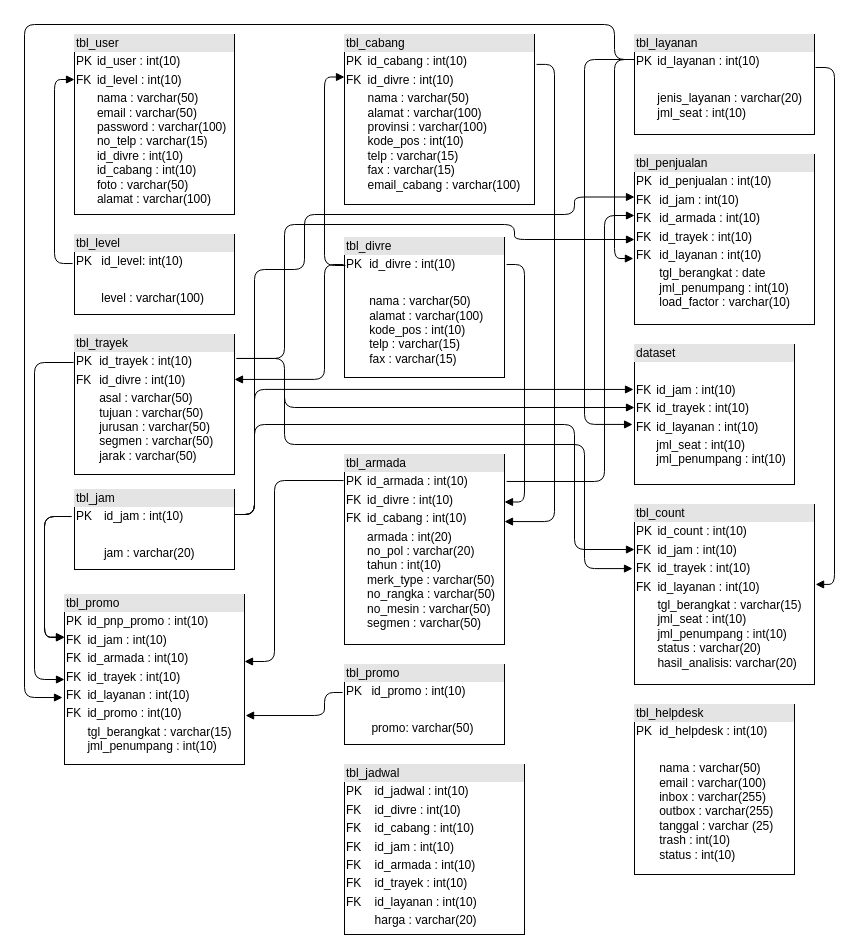
ermaerman/testing keeps this draw.io diagram as assets/Untitled Diagram.drawio. Above is the earlier version. Source tidied: cells renumbered, new cells numbered last; positions are measured from the earlier drawing's top-left corner, leaving out a move shared by most shapes. Both pictures are drawn from the tidied source at 100%, with x=0, y=0 at pixel (24, 24).
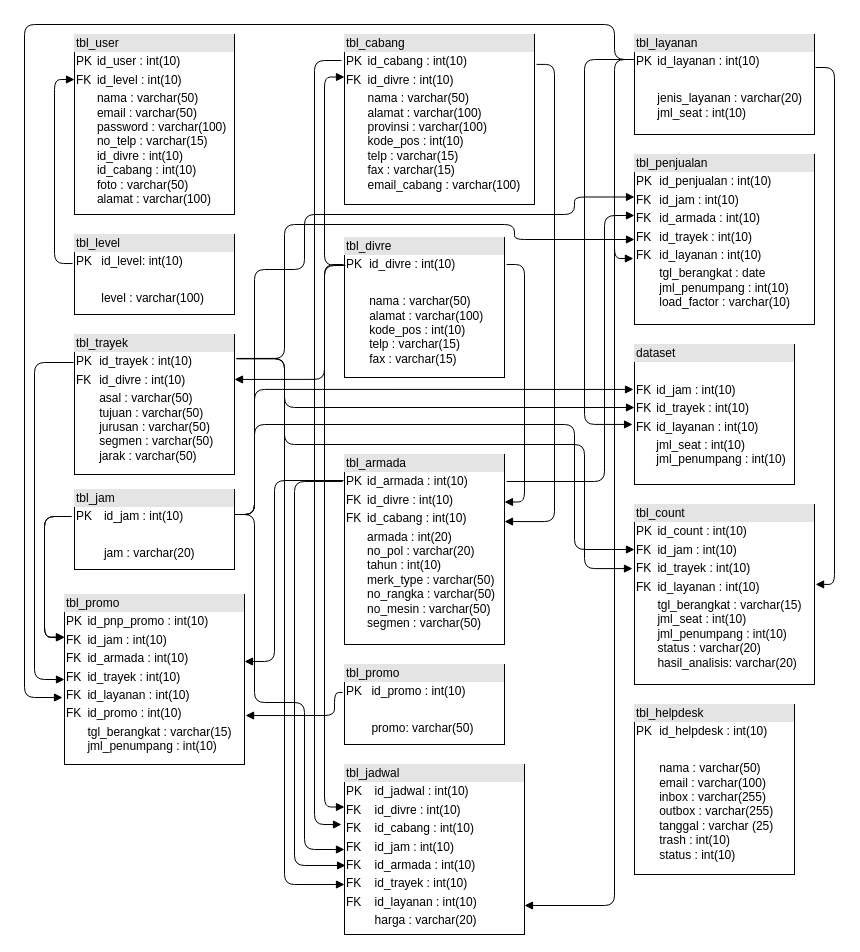
Above is the later version.

Commit message:
Update Untitled Diagram ok.drawio

The change refers to these unchanged cells:
```xml
<mxCell id="4" value="&lt;div style=&quot;box-sizing: border-box ; width: 100% ; background: #e4e4e4 ; padding: 2px&quot;&gt;tbl_cabang&lt;/div&gt;&lt;table style=&quot;width: 100% ; font-size: 1em&quot; cellspacing=&quot;0&quot; cellpadding=&quot;2&quot;&gt;&lt;tbody&gt;&lt;tr&gt;&lt;td&gt;PK&lt;/td&gt;&lt;td&gt;id_cabang : int(10)&lt;br&gt;&lt;/td&gt;&lt;/tr&gt;&lt;tr&gt;&lt;td&gt;FK&lt;br&gt;&lt;/td&gt;&lt;td&gt;id_divre : int(10)&lt;br&gt;&lt;/td&gt;&lt;/tr&gt;&lt;tr&gt;&lt;td&gt;&lt;br&gt;&lt;/td&gt;&lt;td&gt;nama : varchar(50)&lt;br&gt;alamat : varchar(100)&lt;br&gt;provinsi : varchar(100)&lt;br&gt;kode_pos : int(10)&lt;br&gt;telp : varchar(15)&lt;br&gt;fax : varchar(15)&lt;br&gt;email_cabang : varchar(100)&lt;br&gt;&lt;br&gt;&lt;br&gt;&lt;/td&gt;&lt;/tr&gt;&lt;/tbody&gt;&lt;/table&gt;" style="verticalAlign=top;align=left;overflow=fill;html=1;" parent="1" vertex="1">
  <mxGeometry x="320" y="10" width="190" height="170" as="geometry" />
</mxCell>
<mxCell id="5" value="&lt;div style=&quot;box-sizing: border-box ; width: 100% ; background: #e4e4e4 ; padding: 2px&quot;&gt;tbl_divre&lt;/div&gt;&lt;table style=&quot;width: 100% ; font-size: 1em&quot; cellspacing=&quot;0&quot; cellpadding=&quot;2&quot;&gt;&lt;tbody&gt;&lt;tr&gt;&lt;td&gt;PK&lt;/td&gt;&lt;td&gt;id_divre : int(10)&lt;br&gt;&lt;/td&gt;&lt;/tr&gt;&lt;tr&gt;&lt;td&gt;&lt;br&gt;&lt;/td&gt;&lt;td&gt;&lt;br&gt;&lt;/td&gt;&lt;/tr&gt;&lt;tr&gt;&lt;td&gt;&lt;br&gt;&lt;/td&gt;&lt;td&gt;nama : varchar(50)&lt;br&gt;alamat : varchar(100)&lt;br&gt;kode_pos : int(10)&lt;br&gt;telp : varchar(15)&lt;br&gt;fax : varchar(15)&lt;br&gt;&lt;br&gt;&lt;br&gt;&lt;/td&gt;&lt;/tr&gt;&lt;/tbody&gt;&lt;/table&gt;" style="verticalAlign=top;align=left;overflow=fill;html=1;" parent="1" vertex="1">
  <mxGeometry x="320" y="213" width="160" height="140" as="geometry" />
</mxCell>
<mxCell id="6" value="&lt;div style=&quot;box-sizing: border-box ; width: 100% ; background: #e4e4e4 ; padding: 2px&quot;&gt;tbl_trayek&lt;/div&gt;&lt;table style=&quot;width: 100% ; font-size: 1em&quot; cellspacing=&quot;0&quot; cellpadding=&quot;2&quot;&gt;&lt;tbody&gt;&lt;tr&gt;&lt;td&gt;PK&lt;/td&gt;&lt;td&gt;id_trayek : int(10)&lt;br&gt;&lt;/td&gt;&lt;/tr&gt;&lt;tr&gt;&lt;td&gt;FK&lt;br&gt;&lt;/td&gt;&lt;td&gt;id_divre : int(10)&lt;br&gt;&lt;/td&gt;&lt;/tr&gt;&lt;tr&gt;&lt;td&gt;&lt;br&gt;&lt;/td&gt;&lt;td&gt;asal : varchar(50)&lt;br&gt;tujuan : varchar(50)&lt;br&gt;jurusan : varchar(50)&lt;br&gt;segmen : varchar(50)&lt;br&gt;jarak : varchar(50)&lt;/td&gt;&lt;/tr&gt;&lt;/tbody&gt;&lt;/table&gt;" style="verticalAlign=top;align=left;overflow=fill;html=1;" parent="1" vertex="1">
  <mxGeometry x="50" y="310" width="160" height="140" as="geometry" />
</mxCell>
<mxCell id="7" value="&lt;div style=&quot;box-sizing: border-box ; width: 100% ; background: #e4e4e4 ; padding: 2px&quot;&gt;tbl_armada&lt;/div&gt;&lt;table style=&quot;width: 100% ; font-size: 1em&quot; cellspacing=&quot;0&quot; cellpadding=&quot;2&quot;&gt;&lt;tbody&gt;&lt;tr&gt;&lt;td&gt;PK&lt;/td&gt;&lt;td&gt;id_armada : int(10)&lt;br&gt;&lt;/td&gt;&lt;/tr&gt;&lt;tr&gt;&lt;td&gt;FK&lt;br&gt;&lt;/td&gt;&lt;td&gt;id_divre : int(10)&lt;br&gt;&lt;/td&gt;&lt;/tr&gt;&lt;tr&gt;&lt;td&gt;FK&lt;br&gt;&lt;/td&gt;&lt;td&gt;id_cabang : int(10)&lt;br&gt;&lt;/td&gt;&lt;/tr&gt;&lt;tr&gt;&lt;td&gt;&lt;br&gt;&lt;/td&gt;&lt;td&gt;armada : int(20)&lt;br&gt;no_pol : varchar(20)&lt;br&gt;tahun : int(10)&lt;br&gt;merk_type : varchar(50)&lt;br&gt;no_rangka : varchar(50)&lt;br&gt;no_mesin : varchar(50)&lt;br&gt;segmen : varchar(50)&lt;br&gt;&lt;br&gt;&lt;/td&gt;&lt;/tr&gt;&lt;/tbody&gt;&lt;/table&gt;" style="verticalAlign=top;align=left;overflow=fill;html=1;" parent="1" vertex="1">
  <mxGeometry x="320" y="430" width="160" height="190" as="geometry" />
</mxCell>
<mxCell id="11" value="&lt;div style=&quot;box-sizing: border-box ; width: 100% ; background: #e4e4e4 ; padding: 2px&quot;&gt;tbl_count&lt;/div&gt;&lt;table style=&quot;width: 100% ; font-size: 1em&quot; cellspacing=&quot;0&quot; cellpadding=&quot;2&quot;&gt;&lt;tbody&gt;&lt;tr&gt;&lt;td&gt;PK&lt;/td&gt;&lt;td&gt;id_count : int(10)&lt;br&gt;&lt;/td&gt;&lt;/tr&gt;&lt;tr&gt;&lt;td&gt;FK&lt;br&gt;&lt;/td&gt;&lt;td&gt;id_jam : int(10)&lt;br&gt;&lt;/td&gt;&lt;/tr&gt;&lt;tr&gt;&lt;td&gt;FK&lt;br&gt;&lt;/td&gt;&lt;td&gt;id_trayek : int(10)&lt;br&gt;&lt;/td&gt;&lt;/tr&gt;&lt;tr&gt;&lt;td&gt;FK&lt;br&gt;&lt;/td&gt;&lt;td&gt;id_layanan : int(10)&lt;br&gt;&lt;/td&gt;&lt;/tr&gt;&lt;tr&gt;&lt;td&gt;&lt;br&gt;&lt;/td&gt;&lt;td&gt;tgl_berangkat : varchar(15)&lt;br&gt;jml_seat : int(10)&lt;br&gt;jml_penumpang : int(10)&lt;br&gt;status : varchar(20)&lt;br&gt;hasil_analisis: varchar(20)&lt;br&gt;&lt;br&gt;&lt;br&gt;&lt;/td&gt;&lt;/tr&gt;&lt;/tbody&gt;&lt;/table&gt;" style="verticalAlign=top;align=left;overflow=fill;html=1;" parent="1" vertex="1">
  <mxGeometry x="610" y="480" width="180" height="180" as="geometry" />
</mxCell>
<mxCell id="12" value="&lt;div style=&quot;box-sizing: border-box ; width: 100% ; background: #e4e4e4 ; padding: 2px&quot;&gt;tbl_jam&lt;/div&gt;&lt;table style=&quot;width: 100% ; font-size: 1em&quot; cellspacing=&quot;0&quot; cellpadding=&quot;2&quot;&gt;&lt;tbody&gt;&lt;tr&gt;&lt;td&gt;PK&lt;/td&gt;&lt;td&gt;id_jam : int(10)&lt;br&gt;&lt;/td&gt;&lt;/tr&gt;&lt;tr&gt;&lt;td&gt;&lt;br&gt;&lt;/td&gt;&lt;td&gt;&lt;br&gt;&lt;/td&gt;&lt;/tr&gt;&lt;tr&gt;&lt;td&gt;&lt;br&gt;&lt;/td&gt;&lt;td&gt;jam : varchar(20)&lt;br&gt;&lt;br&gt;&lt;br&gt;&lt;/td&gt;&lt;/tr&gt;&lt;/tbody&gt;&lt;/table&gt;" style="verticalAlign=top;align=left;overflow=fill;html=1;" parent="1" vertex="1">
  <mxGeometry x="50" y="465" width="160" height="80" as="geometry" />
</mxCell>
<mxCell id="13" value="&lt;div style=&quot;box-sizing: border-box ; width: 100% ; background: #e4e4e4 ; padding: 2px&quot;&gt;tbl_promo&lt;/div&gt;&lt;table style=&quot;width: 100% ; font-size: 1em&quot; cellspacing=&quot;0&quot; cellpadding=&quot;2&quot;&gt;&lt;tbody&gt;&lt;tr&gt;&lt;td&gt;PK&lt;/td&gt;&lt;td&gt;id_pnp_promo : int(10)&lt;br&gt;&lt;/td&gt;&lt;/tr&gt;&lt;tr&gt;&lt;td&gt;FK&lt;br&gt;&lt;/td&gt;&lt;td&gt;id_jam : int(10)&lt;br&gt;&lt;/td&gt;&lt;/tr&gt;&lt;tr&gt;&lt;td&gt;FK&lt;br&gt;&lt;/td&gt;&lt;td&gt;id_armada : int(10)&lt;br&gt;&lt;/td&gt;&lt;/tr&gt;&lt;tr&gt;&lt;td&gt;FK&lt;br&gt;&lt;/td&gt;&lt;td&gt;id_trayek : int(10)&lt;br&gt;&lt;/td&gt;&lt;/tr&gt;&lt;tr&gt;&lt;td&gt;FK&lt;br&gt;&lt;/td&gt;&lt;td&gt;id_layanan : int(10)&lt;br&gt;&lt;/td&gt;&lt;/tr&gt;&lt;tr&gt;&lt;td&gt;FK&lt;br&gt;&lt;/td&gt;&lt;td&gt;id_promo : int(10)&lt;br&gt;&lt;/td&gt;&lt;/tr&gt;&lt;tr&gt;&lt;td&gt;&lt;br&gt;&lt;/td&gt;&lt;td&gt;tgl_berangkat : varchar(15)&lt;br&gt;jml_penumpang : int(10)&lt;br&gt;&lt;br&gt;&lt;br&gt;&lt;/td&gt;&lt;/tr&gt;&lt;/tbody&gt;&lt;/table&gt;" style="verticalAlign=top;align=left;overflow=fill;html=1;" parent="1" vertex="1">
  <mxGeometry x="40" y="570" width="180" height="170" as="geometry" />
</mxCell>
<mxCell id="14" value="&lt;div style=&quot;box-sizing: border-box ; width: 100% ; background: #e4e4e4 ; padding: 2px&quot;&gt;tbl_promo&lt;/div&gt;&lt;table style=&quot;width: 100% ; font-size: 1em&quot; cellspacing=&quot;0&quot; cellpadding=&quot;2&quot;&gt;&lt;tbody&gt;&lt;tr&gt;&lt;td&gt;PK&lt;/td&gt;&lt;td&gt;id_promo : int(10)&lt;br&gt;&lt;/td&gt;&lt;/tr&gt;&lt;tr&gt;&lt;td&gt;&lt;br&gt;&lt;/td&gt;&lt;td&gt;&lt;br&gt;&lt;/td&gt;&lt;/tr&gt;&lt;tr&gt;&lt;td&gt;&lt;br&gt;&lt;/td&gt;&lt;td&gt;promo: varchar(50)&lt;br&gt;&lt;br&gt;&lt;br&gt;&lt;/td&gt;&lt;/tr&gt;&lt;/tbody&gt;&lt;/table&gt;" style="verticalAlign=top;align=left;overflow=fill;html=1;" parent="1" vertex="1">
  <mxGeometry x="320" y="640" width="160" height="80" as="geometry" />
</mxCell>
<mxCell id="15" value="&lt;div style=&quot;box-sizing: border-box ; width: 100% ; background: #e4e4e4 ; padding: 2px&quot;&gt;tbl_jadwal&lt;/div&gt;&lt;table style=&quot;width: 100% ; font-size: 1em&quot; cellspacing=&quot;0&quot; cellpadding=&quot;2&quot;&gt;&lt;tbody&gt;&lt;tr&gt;&lt;td&gt;PK&lt;/td&gt;&lt;td&gt;id_jadwal : int(10)&lt;br&gt;&lt;/td&gt;&lt;/tr&gt;&lt;tr&gt;&lt;td&gt;FK&lt;br&gt;&lt;/td&gt;&lt;td&gt;id_divre : int(10)&lt;br&gt;&lt;/td&gt;&lt;/tr&gt;&lt;tr&gt;&lt;td&gt;FK&lt;br&gt;&lt;/td&gt;&lt;td&gt;id_cabang : int(10)&lt;br&gt;&lt;/td&gt;&lt;/tr&gt;&lt;tr&gt;&lt;td&gt;FK&lt;br&gt;&lt;/td&gt;&lt;td&gt;id_jam : int(10)&lt;br&gt;&lt;/td&gt;&lt;/tr&gt;&lt;tr&gt;&lt;td&gt;FK&lt;br&gt;&lt;/td&gt;&lt;td&gt;id_armada : int(10)&lt;br&gt;&lt;/td&gt;&lt;/tr&gt;&lt;tr&gt;&lt;td&gt;FK&lt;br&gt;&lt;/td&gt;&lt;td&gt;id_trayek : int(10)&lt;br&gt;&lt;/td&gt;&lt;/tr&gt;&lt;tr&gt;&lt;td&gt;FK&lt;br&gt;&lt;/td&gt;&lt;td&gt;id_layanan : int(10)&lt;br&gt;&lt;/td&gt;&lt;/tr&gt;&lt;tr&gt;&lt;td&gt;&lt;br&gt;&lt;/td&gt;&lt;td&gt;harga : varchar(20)&lt;br&gt;&lt;br&gt;&lt;br&gt;&lt;br&gt;&lt;/td&gt;&lt;/tr&gt;&lt;/tbody&gt;&lt;/table&gt;" style="verticalAlign=top;align=left;overflow=fill;html=1;" parent="1" vertex="1">
  <mxGeometry x="320" y="740" width="180" height="170" as="geometry" />
</mxCell>
```

What changed in the source:
```diff
@@
     <mxCell id="37" style="endArrow=block;endFill=1;html=1;edgeStyle=orthogonalEdgeStyle;align=left;verticalAlign=top;entryX=0;entryY=0.25;entryDx=0;entryDy=0;" parent="1" edge="1" target="11">
       <mxGeometry x="-1" relative="1" as="geometry">
         <mxPoint x="210" y="490" as="sourcePoint" />
         <Array as="points">
+          <mxPoint x="210" y="490" />
           <mxPoint x="230" y="490" />
           <mxPoint x="230" y="400" />
           <mxPoint x="550" y="400" />
           <mxPoint x="550" y="525" />
         </Array>
       </mxGeometry>
     </mxCell>
@@
     <mxCell id="57" style="endArrow=block;endFill=1;html=1;edgeStyle=orthogonalEdgeStyle;align=left;verticalAlign=top;entryX=1.006;entryY=0.712;entryDx=0;entryDy=0;exitX=-0.012;exitY=0.35;exitDx=0;exitDy=0;exitPerimeter=0;entryPerimeter=0;" parent="1" edge="1" source="14" target="13">
       <mxGeometry x="-1" relative="1" as="geometry">
         <Array as="points">
-          <mxPoint x="300" y="668" />
-          <mxPoint x="300" y="691" />
+          <mxPoint x="310" y="668" />
+          <mxPoint x="310" y="691" />
         </Array>
       </mxGeometry>
     </mxCell>
@@
+    <mxCell id="59" style="endArrow=block;endFill=1;html=1;edgeStyle=orthogonalEdgeStyle;align=left;verticalAlign=top;entryX=0;entryY=0.25;entryDx=0;entryDy=0;exitX=0;exitY=0.2;exitDx=0;exitDy=0;exitPerimeter=0;" parent="1" edge="1" source="5" target="15">
+      <mxGeometry x="-1" relative="1" as="geometry">
+        <Array as="points">
+          <mxPoint x="300" y="241" />
+          <mxPoint x="300" y="783" />
+        </Array>
+      </mxGeometry>
+    </mxCell>
+    <mxCell id="60" style="html=1;align=left;verticalAlign=bottom;labelBackgroundColor=#ffffff;fontSize=10;" parent="59" vertex="1">
+      <mxGeometry x="-1" relative="1" as="geometry" />
+    </mxCell>
+    <mxCell id="61" style="endArrow=block;endFill=1;html=1;edgeStyle=orthogonalEdgeStyle;align=left;verticalAlign=top;exitX=-0.016;exitY=0.153;exitDx=0;exitDy=0;exitPerimeter=0;" parent="1" edge="1" source="4">
+      <mxGeometry x="-1" relative="1" as="geometry">
+        <mxPoint x="317" y="800" as="targetPoint" />
+        <Array as="points">
+          <mxPoint x="290" y="36" />
+          <mxPoint x="290" y="800" />
+        </Array>
+      </mxGeometry>
+    </mxCell>
+    <mxCell id="62" style="html=1;align=left;verticalAlign=bottom;labelBackgroundColor=#ffffff;fontSize=10;" parent="61" vertex="1">
+      <mxGeometry x="-1" relative="1" as="geometry" />
+    </mxCell>
+    <mxCell id="63" style="endArrow=block;endFill=1;html=1;edgeStyle=orthogonalEdgeStyle;align=left;verticalAlign=top;entryX=0;entryY=0.5;entryDx=0;entryDy=0;" parent="1" edge="1" source="12" target="15">
+      <mxGeometry x="-1" relative="1" as="geometry">
+        <Array as="points">
+          <mxPoint x="230" y="490" />
+          <mxPoint x="230" y="678" />
+          <mxPoint x="280" y="678" />
+          <mxPoint x="280" y="825" />
+        </Array>
+      </mxGeometry>
+    </mxCell>
+    <mxCell id="64" style="html=1;align=left;verticalAlign=bottom;labelBackgroundColor=#ffffff;fontSize=10;" parent="63" vertex="1">
+      <mxGeometry x="-1" relative="1" as="geometry" />
+    </mxCell>
+    <mxCell id="65" style="endArrow=block;endFill=1;html=1;edgeStyle=orthogonalEdgeStyle;align=left;verticalAlign=top;entryX=0.006;entryY=0.594;entryDx=0;entryDy=0;entryPerimeter=0;exitX=-0.012;exitY=0.142;exitDx=0;exitDy=0;exitPerimeter=0;" parent="1" edge="1" source="7" target="15">
+      <mxGeometry x="-1" relative="1" as="geometry">
+        <Array as="points">
+          <mxPoint x="270" y="457" />
+          <mxPoint x="270" y="841" />
+        </Array>
+      </mxGeometry>
+    </mxCell>
+    <mxCell id="66" style="html=1;align=left;verticalAlign=bottom;labelBackgroundColor=#ffffff;fontSize=10;" parent="65" vertex="1">
+      <mxGeometry x="-1" relative="1" as="geometry" />
+    </mxCell>
+    <mxCell id="67" style="endArrow=block;endFill=1;html=1;edgeStyle=orthogonalEdgeStyle;align=left;verticalAlign=top;entryX=0;entryY=0.706;entryDx=0;entryDy=0;entryPerimeter=0;exitX=1.013;exitY=0.174;exitDx=0;exitDy=0;exitPerimeter=0;" parent="1" edge="1" source="6" target="15">
+      <mxGeometry x="-1" relative="1" as="geometry">
+        <Array as="points">
+          <mxPoint x="260" y="334" />
+          <mxPoint x="260" y="860" />
+        </Array>
+      </mxGeometry>
+    </mxCell>
+    <mxCell id="68" style="html=1;align=left;verticalAlign=bottom;labelBackgroundColor=#ffffff;fontSize=10;" parent="67" vertex="1">
+      <mxGeometry x="-1" relative="1" as="geometry" />
+    </mxCell>
+    <mxCell id="69" style="endArrow=block;endFill=1;html=1;edgeStyle=orthogonalEdgeStyle;align=left;verticalAlign=top;" parent="1" edge="1">
+      <mxGeometry x="-1" relative="1" as="geometry">
+        <mxPoint x="590" y="50" as="sourcePoint" />
+        <mxPoint x="500" y="881" as="targetPoint" />
+        <Array as="points">
+          <mxPoint x="590" y="881" />
+        </Array>
+      </mxGeometry>
+    </mxCell>
+    <mxCell id="70" style="html=1;align=left;verticalAlign=bottom;labelBackgroundColor=#ffffff;fontSize=10;" parent="69" vertex="1">
+      <mxGeometry x="-1" relative="1" as="geometry" />
+    </mxCell>
```
